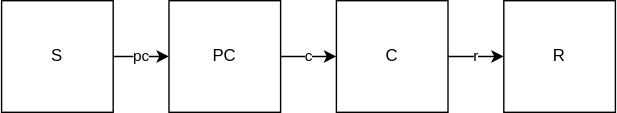
The draw.io diagram docs/source/gbd2017_models/causes/neoplasms/lung_cancer/tbl_cancer_cause_diagram.svg in ihmeuw/vivarium_research, before a commit. Source tidied: cells renumbered, new cells last; positions are measured from the earlier drawing's top-left corner, leaving out a move shared by most shapes.
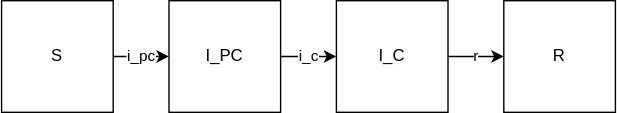
Above is the later version.

Commit message:
update prevalence assumption, state labels

What changed in the source:
```diff
@@ -2,22 +2,27 @@
   <root>
     <mxCell id="0" />
     <mxCell id="1" parent="0" />
-    <mxCell id="2" value="pc" style="edgeStyle=orthogonalEdgeStyle;rounded=0;jettySize=auto;html=1;exitX=1;exitY=0.5;exitDx=0;exitDy=0;entryX=0;entryY=0.5;entryDx=0;entryDy=0;" parent="1" edge="1" source="3" target="5">
-      <mxGeometry relative="1" as="geometry" />
+    <mxCell id="2" value="i_pc" style="edgeStyle=orthogonalEdgeStyle;rounded=0;jettySize=auto;html=1;exitX=1;exitY=0.5;exitDx=0;exitDy=0;entryX=0;entryY=0.5;entryDx=0;entryDy=0;" parent="1" edge="1" source="3" target="5">
+      <mxGeometry relative="1" as="geometry">
+        <Array as="points">
+          <mxPoint x="100" y="40" />
+          <mxPoint x="100" y="40" />
+        </Array>
+      </mxGeometry>
     </mxCell>
     <mxCell id="3" value="S" style="whiteSpace=wrap;html=1;" parent="1" vertex="1">
       <mxGeometry width="80" height="80" as="geometry" />
     </mxCell>
-    <mxCell id="4" value="c" style="edgeStyle=orthogonalEdgeStyle;rounded=0;jettySize=auto;html=1;exitX=1;exitY=0.5;exitDx=0;exitDy=0;entryX=0;entryY=0.5;entryDx=0;entryDy=0;" parent="1" edge="1" source="5" target="7">
+    <mxCell id="4" value="i_c" style="edgeStyle=orthogonalEdgeStyle;rounded=0;jettySize=auto;html=1;exitX=1;exitY=0.5;exitDx=0;exitDy=0;entryX=0;entryY=0.5;entryDx=0;entryDy=0;" parent="1" edge="1" source="5" target="7">
       <mxGeometry relative="1" as="geometry" />
     </mxCell>
-    <mxCell id="5" value="PC" style="whiteSpace=wrap;html=1;" parent="1" vertex="1">
+    <mxCell id="5" value="I_PC" style="whiteSpace=wrap;html=1;" parent="1" vertex="1">
       <mxGeometry x="120" width="80" height="80" as="geometry" />
     </mxCell>
     <mxCell id="6" value="r" style="edgeStyle=orthogonalEdgeStyle;rounded=0;jettySize=auto;html=1;exitX=1;exitY=0.5;exitDx=0;exitDy=0;entryX=0;entryY=0.5;entryDx=0;entryDy=0;" parent="1" edge="1" source="7" target="8">
       <mxGeometry relative="1" as="geometry" />
     </mxCell>
-    <mxCell id="7" value="C" style="whiteSpace=wrap;html=1;" parent="1" vertex="1">
+    <mxCell id="7" value="I_C" style="whiteSpace=wrap;html=1;" parent="1" vertex="1">
       <mxGeometry x="240" width="80" height="80" as="geometry" />
     </mxCell>
     <mxCell id="8" value="R" style="whiteSpace=wrap;html=1;" parent="1" vertex="1">
```
